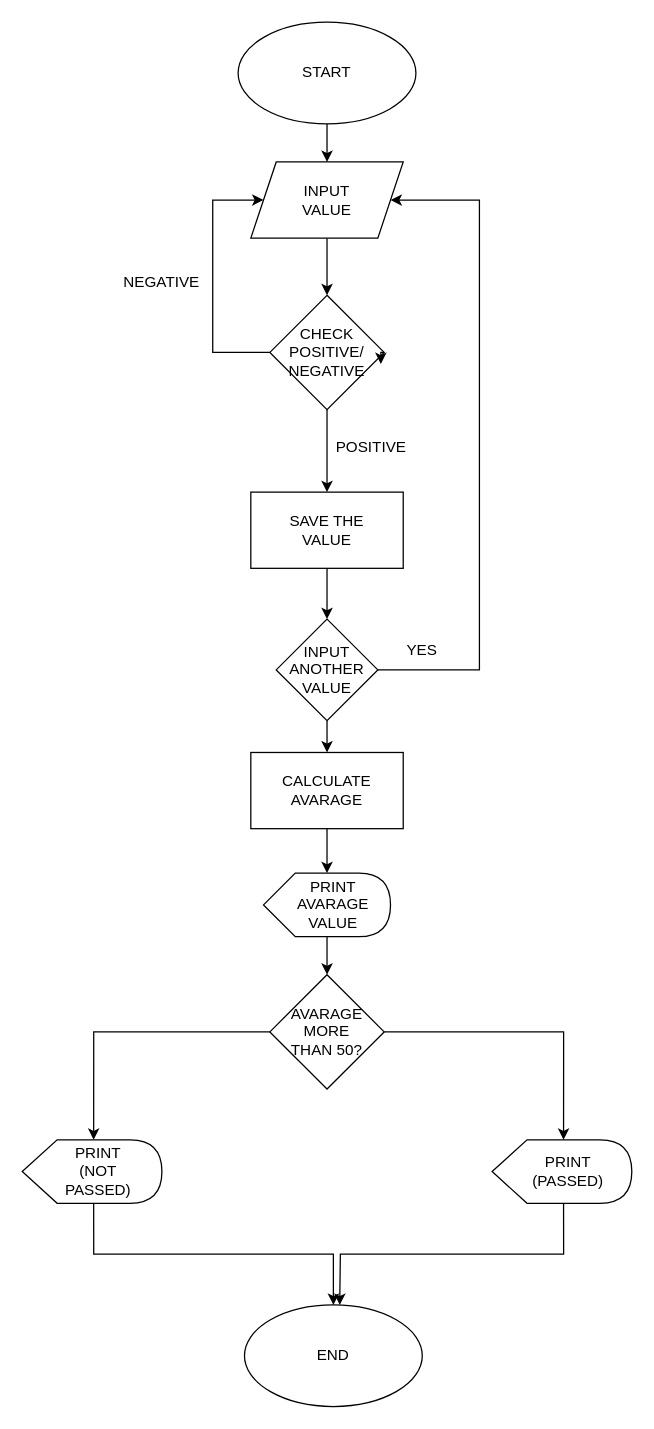
tahukotak13th/tahukotak13th.github.io keeps this draw.io diagram as Diagram Tanpa Judul.drawio. Above is the earlier version. Source tidied: cells renumbered, new cells numbered last; positions are measured from the earlier drawing's top-left corner, leaving out a move shared by most shapes. Both pictures are drawn from the tidied source at 127%, with x=0, y=0 at pixel (22, 22).
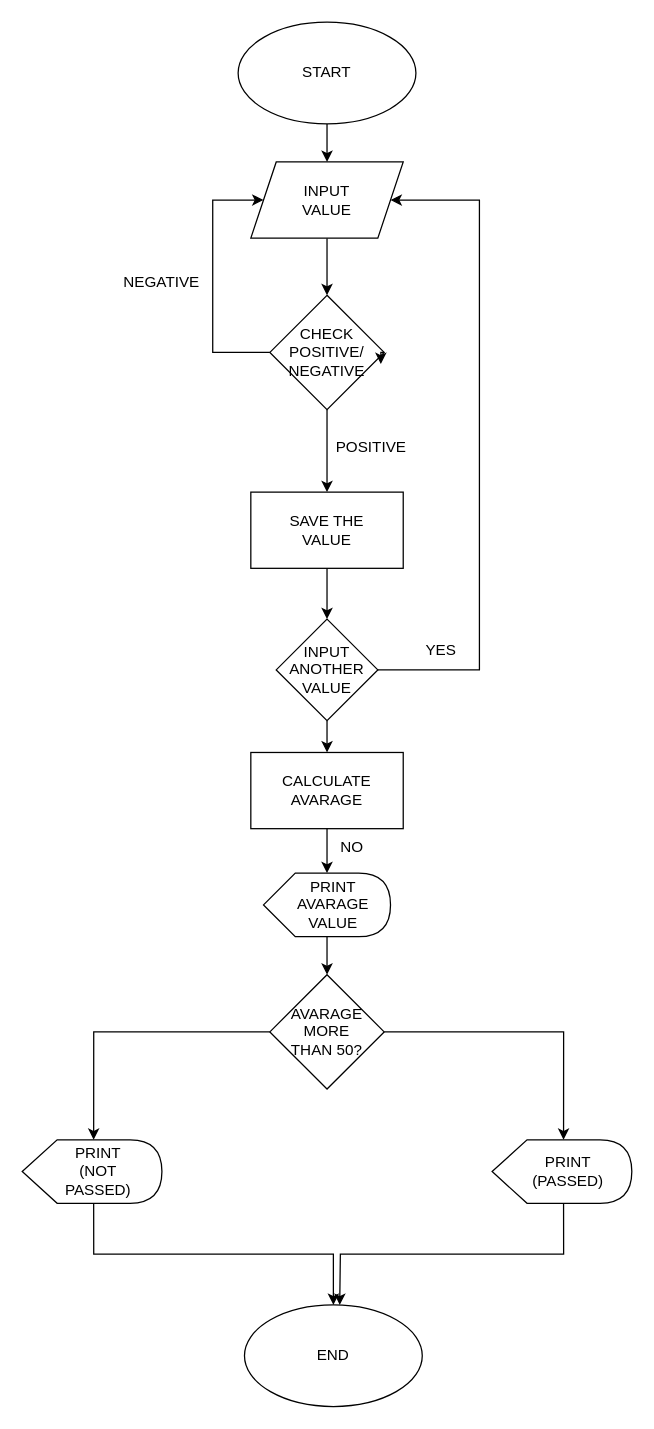
Above is the later version.

Change to the diagram source:
```diff
@@
     <mxCell id="22" value="YES" style="text;strokeColor=none;align=center;fillColor=none;html=1;verticalAlign=middle;whiteSpace=wrap;rounded=0;" parent="1" vertex="1">
-      <mxGeometry x="285" y="480" width="60" height="30" as="geometry" />
+      <mxGeometry x="300" y="480" width="60" height="30" as="geometry" />
     </mxCell>
@@
+    <mxCell id="41" value="NO" style="text;strokeColor=none;align=center;fillColor=none;html=1;verticalAlign=middle;whiteSpace=wrap;rounded=0;" parent="1" vertex="1">
+      <mxGeometry x="230" y="635" width="60" height="30" as="geometry" />
+    </mxCell>
```
